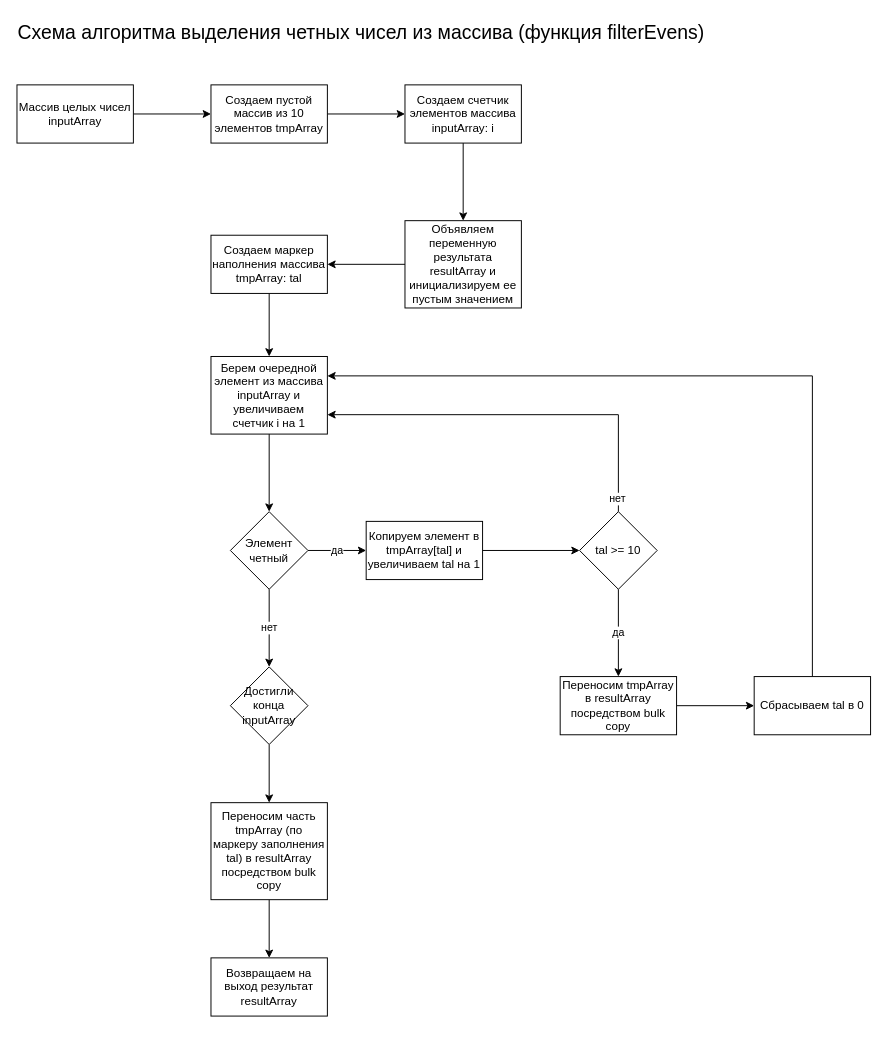
This is algorithm-schema.drawio from usalko/FinalTest, a draw.io file, before an edit. Source tidied: cells renumbered, new cells numbered last; positions are measured from the earlier drawing's top-left corner, leaving out a move shared by most shapes. Both pictures are drawn from the tidied source at 97%, with x=0, y=0 at pixel (16, 16).
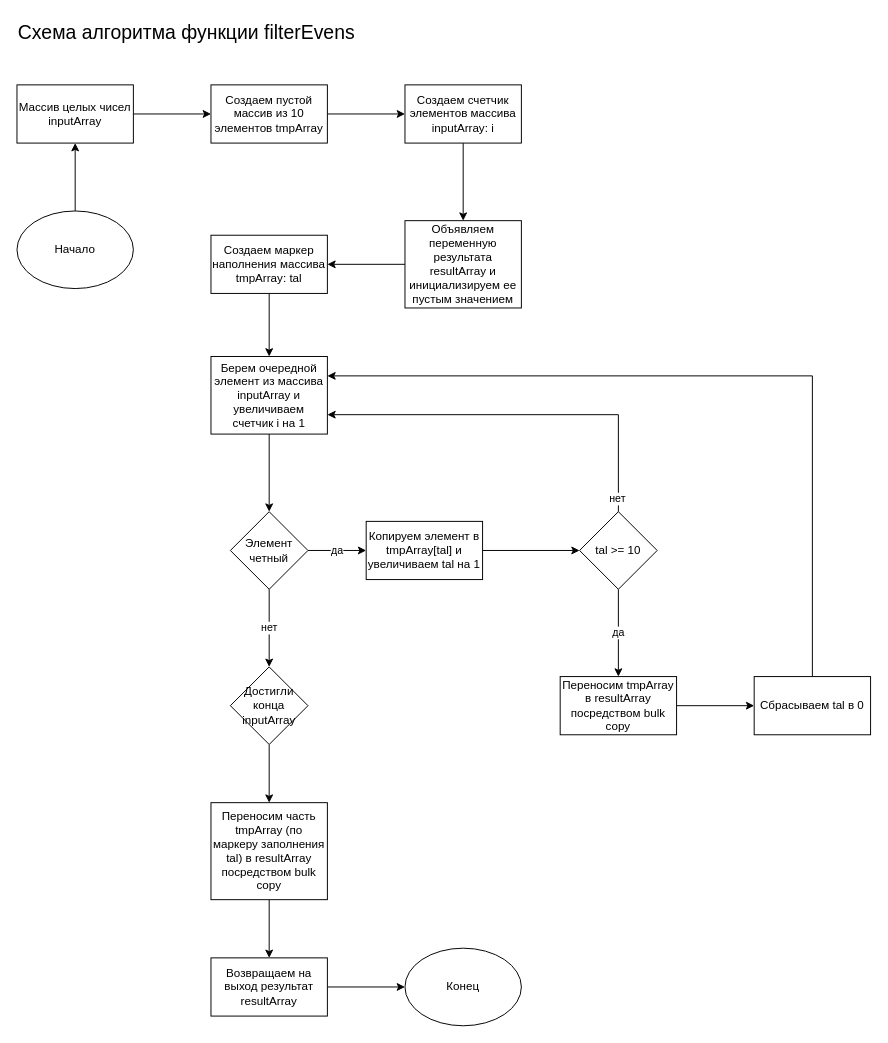
Above is the later version.

The change refers to these unchanged cells:
```xml
<mxCell id="4" value="Массив целых чисел inputArray" style="rounded=0;whiteSpace=wrap;html=1;" parent="1" vertex="1">
  <mxGeometry y="70" width="120" height="60" as="geometry" />
</mxCell>
<mxCell id="22" value="Возвращаем на выход результат resultArray" style="whiteSpace=wrap;html=1;rounded=0;" parent="1" vertex="1">
  <mxGeometry x="200" y="970" width="120" height="60" as="geometry" />
</mxCell>
```

Diff of the diagram source:
```diff
@@
-    <mxCell id="2" value="Схема алгоритма выделения четных чисел из массива (функция filterEvens)" style="text;html=1;strokeColor=none;fillColor=none;align=center;verticalAlign=middle;whiteSpace=wrap;rounded=0;fontSize=20;" parent="1" vertex="1">
-      <mxGeometry width="710" height="30" as="geometry" />
+    <mxCell id="2" value="Схема алгоритма функции filterEvens" style="text;html=1;strokeColor=none;fillColor=none;align=center;verticalAlign=middle;whiteSpace=wrap;rounded=0;fontSize=20;" parent="1" vertex="1">
+      <mxGeometry width="350" height="30" as="geometry" />
     </mxCell>
@@
+    <mxCell id="33" style="edgeStyle=orthogonalEdgeStyle;rounded=0;jettySize=auto;html=1;" parent="1" edge="1" source="22" target="36">
+      <mxGeometry relative="1" as="geometry" />
+    </mxCell>
@@
+    <mxCell id="34" style="edgeStyle=orthogonalEdgeStyle;rounded=0;jettySize=auto;html=1;" parent="1" edge="1" source="35" target="4">
+      <mxGeometry relative="1" as="geometry" />
+    </mxCell>
+    <mxCell id="35" value="Начало" style="ellipse;whiteSpace=wrap;html=1;" parent="1" vertex="1">
+      <mxGeometry y="200" width="120" height="80" as="geometry" />
+    </mxCell>
+    <mxCell id="36" value="Конец" style="ellipse;whiteSpace=wrap;html=1;" parent="1" vertex="1">
+      <mxGeometry x="400" y="960" width="120" height="80" as="geometry" />
+    </mxCell>
```
